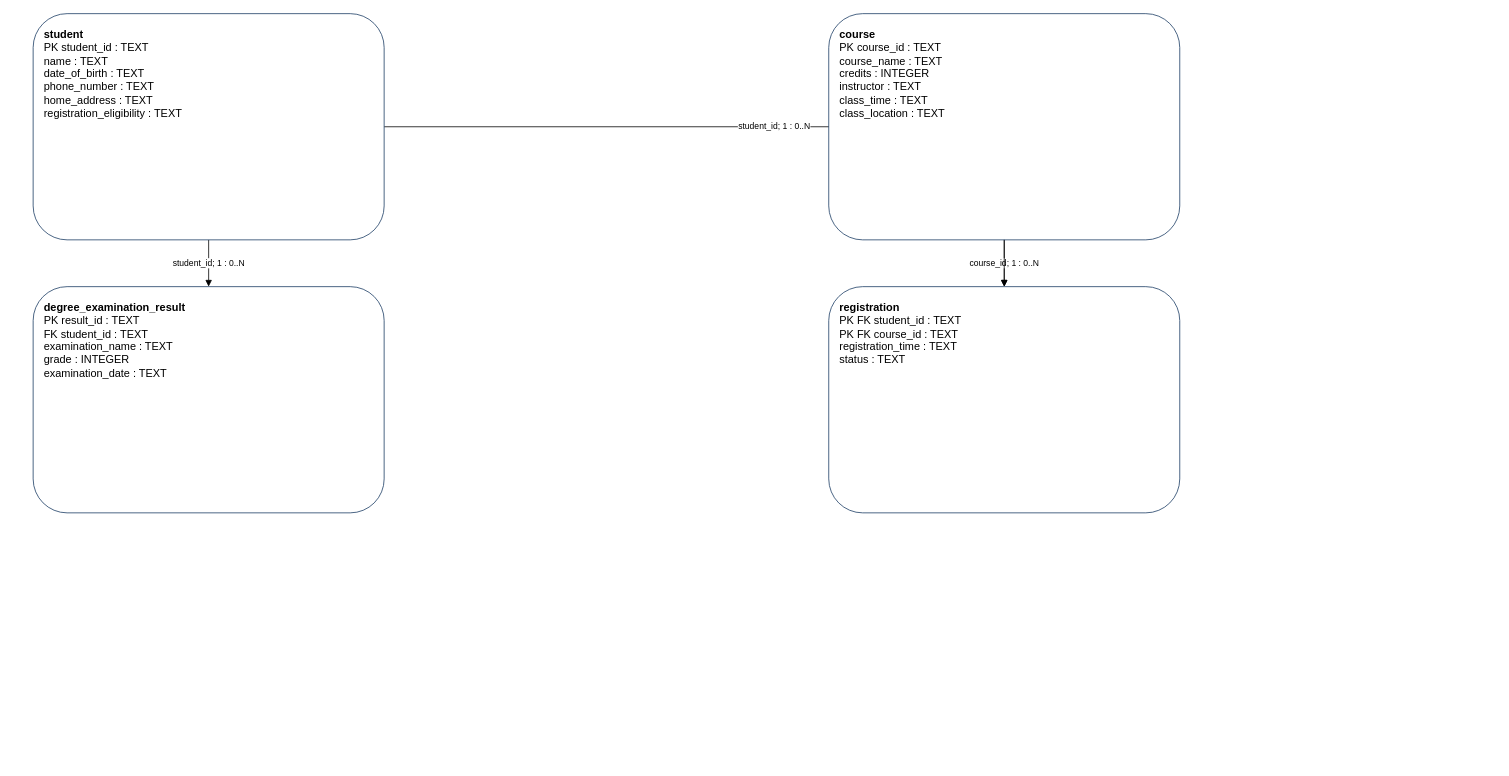
Before: datasets/universityflow/docs/schema.drawio in jiwonpark7913/NL2EVENTLOG, a draw.io diagram. Source tidied: cells renumbered, new cells numbered last; positions are measured from the earlier drawing's top-left corner, leaving out a move shared by most shapes. Both pictures are drawn from the tidied source at 78%, with x=0, y=0 at pixel (33, 13).
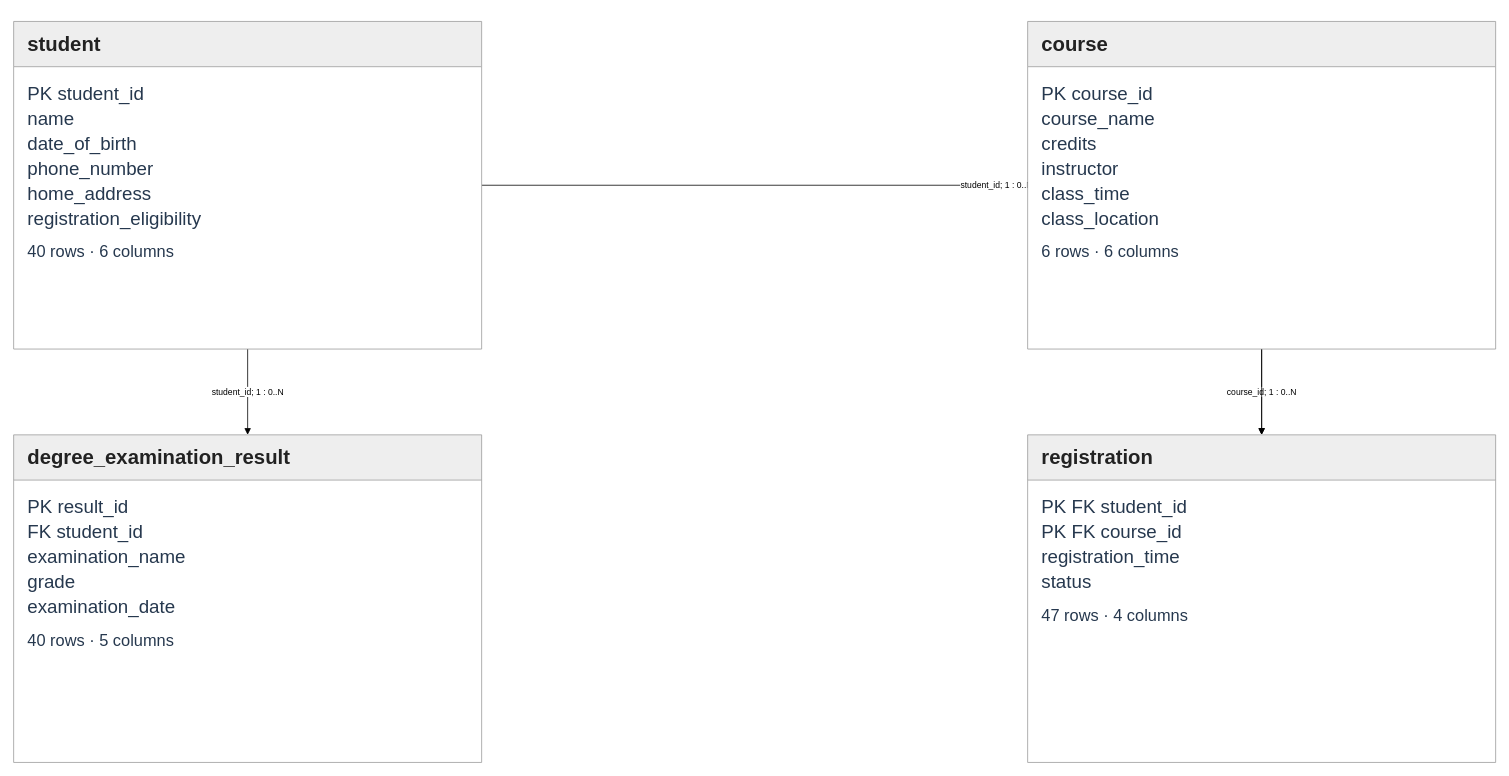
The same page after the edit.

The edit, as a diff of the source:
```diff
@@
 <mxGraphModel>
   <root>
     <mxCell id="0" />
     <mxCell id="1" parent="0" />
     <mxCell id="2" value="course_id; 1 : 0..N" style="edgeStyle=orthogonalEdgeStyle;rounded=0;endArrow=block;html=1;" parent="1" edge="1" source="6" target="7">
       <mxGeometry relative="1" as="geometry" />
     </mxCell>
     <mxCell id="3" value="student_id; 1 : 0..N" style="edgeStyle=orthogonalEdgeStyle;rounded=0;endArrow=block;html=1;" parent="1" edge="1" source="5" target="7">
       <mxGeometry relative="1" as="geometry" />
     </mxCell>
     <mxCell id="4" value="student_id; 1 : 0..N" style="edgeStyle=orthogonalEdgeStyle;rounded=0;endArrow=block;html=1;" parent="1" edge="1" source="5" target="8">
       <mxGeometry relative="1" as="geometry" />
     </mxCell>
-    <mxCell id="5" value="&lt;b&gt;student&lt;/b&gt;&lt;br&gt;PK student_id : TEXT&lt;br&gt;name : TEXT&lt;br&gt;date_of_birth : TEXT&lt;br&gt;phone_number : TEXT&lt;br&gt;home_address : TEXT&lt;br&gt;registration_eligibility : TEXT" style="rounded=1;whiteSpace=wrap;html=1;align=left;verticalAlign=top;spacing=14;fillColor=#ffffff;strokeColor=#193b63;fontSize=14;" parent="1" vertex="1">
-      <mxGeometry width="450" height="290" as="geometry" />
+    <mxCell id="5" value="student" style="shape=swimlane;startSize=58;rounded=0;whiteSpace=wrap;html=1;align=left;spacingLeft=16;fillColor=#eeeeee;swimlaneFillColor=#ffffff;strokeColor=#9a9a9a;fontColor=#222222;fontSize=26;fontStyle=1;" parent="1" vertex="1">
+      <mxGeometry x="-25" y="10" width="600" height="420" as="geometry" />
     </mxCell>
+    <mxCell id="9" value="&lt;div style=&quot;line-height:32px&quot;&gt;PK student_id&lt;/div&gt;&lt;div style=&quot;line-height:32px&quot;&gt;name&lt;/div&gt;&lt;div style=&quot;line-height:32px&quot;&gt;date_of_birth&lt;/div&gt;&lt;div style=&quot;line-height:32px&quot;&gt;phone_number&lt;/div&gt;&lt;div style=&quot;line-height:32px&quot;&gt;home_address&lt;/div&gt;&lt;div style=&quot;line-height:32px&quot;&gt;registration_eligibility&lt;/div&gt;&lt;div style=&quot;margin-top:14px;font-size:21px&quot;&gt;40 rows · 6 columns&lt;/div&gt;" style="text;rounded=0;whiteSpace=wrap;html=1;align=left;verticalAlign=top;spacingLeft=16;spacingTop=12;fontColor=#26384e;fontSize=24;fontStyle=0;fillColor=none;strokeColor=none;" parent="5" vertex="1">
+      <mxGeometry y="58" width="600" height="362" as="geometry" />
+    </mxCell>
-    <mxCell id="6" value="&lt;b&gt;course&lt;/b&gt;&lt;br&gt;PK course_id : TEXT&lt;br&gt;course_name : TEXT&lt;br&gt;credits : INTEGER&lt;br&gt;instructor : TEXT&lt;br&gt;class_time : TEXT&lt;br&gt;class_location : TEXT" style="rounded=1;whiteSpace=wrap;html=1;align=left;verticalAlign=top;spacing=14;fillColor=#ffffff;strokeColor=#193b63;fontSize=14;" parent="1" vertex="1">
-      <mxGeometry x="1020" width="450" height="290" as="geometry" />
+    <mxCell id="6" value="course" style="shape=swimlane;startSize=58;rounded=0;whiteSpace=wrap;html=1;align=left;spacingLeft=16;fillColor=#eeeeee;swimlaneFillColor=#ffffff;strokeColor=#9a9a9a;fontColor=#222222;fontSize=26;fontStyle=1;" parent="1" vertex="1">
+      <mxGeometry x="1275" y="10" width="600" height="420" as="geometry" />
     </mxCell>
+    <mxCell id="10" value="&lt;div style=&quot;line-height:32px&quot;&gt;PK course_id&lt;/div&gt;&lt;div style=&quot;line-height:32px&quot;&gt;course_name&lt;/div&gt;&lt;div style=&quot;line-height:32px&quot;&gt;credits&lt;/div&gt;&lt;div style=&quot;line-height:32px&quot;&gt;instructor&lt;/div&gt;&lt;div style=&quot;line-height:32px&quot;&gt;class_time&lt;/div&gt;&lt;div style=&quot;line-height:32px&quot;&gt;class_location&lt;/div&gt;&lt;div style=&quot;margin-top:14px;font-size:21px&quot;&gt;6 rows · 6 columns&lt;/div&gt;" style="text;rounded=0;whiteSpace=wrap;html=1;align=left;verticalAlign=top;spacingLeft=16;spacingTop=12;fontColor=#26384e;fontSize=24;fontStyle=0;fillColor=none;strokeColor=none;" parent="6" vertex="1">
+      <mxGeometry y="58" width="600" height="362" as="geometry" />
+    </mxCell>
-    <mxCell id="7" value="&lt;b&gt;registration&lt;/b&gt;&lt;br&gt;PK FK student_id : TEXT&lt;br&gt;PK FK course_id : TEXT&lt;br&gt;registration_time : TEXT&lt;br&gt;status : TEXT" style="rounded=1;whiteSpace=wrap;html=1;align=left;verticalAlign=top;spacing=14;fillColor=#ffffff;strokeColor=#193b63;fontSize=14;" parent="1" vertex="1">
-      <mxGeometry x="1020" y="350" width="450" height="290" as="geometry" />
+    <mxCell id="7" value="registration" style="shape=swimlane;startSize=58;rounded=0;whiteSpace=wrap;html=1;align=left;spacingLeft=16;fillColor=#eeeeee;swimlaneFillColor=#ffffff;strokeColor=#9a9a9a;fontColor=#222222;fontSize=26;fontStyle=1;" parent="1" vertex="1">
+      <mxGeometry x="1275" y="540" width="600" height="420" as="geometry" />
     </mxCell>
+    <mxCell id="11" value="&lt;div style=&quot;line-height:32px&quot;&gt;PK FK student_id&lt;/div&gt;&lt;div style=&quot;line-height:32px&quot;&gt;PK FK course_id&lt;/div&gt;&lt;div style=&quot;line-height:32px&quot;&gt;registration_time&lt;/div&gt;&lt;div style=&quot;line-height:32px&quot;&gt;status&lt;/div&gt;&lt;div style=&quot;margin-top:14px;font-size:21px&quot;&gt;47 rows · 4 columns&lt;/div&gt;" style="text;rounded=0;whiteSpace=wrap;html=1;align=left;verticalAlign=top;spacingLeft=16;spacingTop=12;fontColor=#26384e;fontSize=24;fontStyle=0;fillColor=none;strokeColor=none;" parent="7" vertex="1">
+      <mxGeometry y="58" width="600" height="362" as="geometry" />
+    </mxCell>
-    <mxCell id="8" value="&lt;b&gt;degree_examination_result&lt;/b&gt;&lt;br&gt;PK result_id : TEXT&lt;br&gt;FK student_id : TEXT&lt;br&gt;examination_name : TEXT&lt;br&gt;grade : INTEGER&lt;br&gt;examination_date : TEXT" style="rounded=1;whiteSpace=wrap;html=1;align=left;verticalAlign=top;spacing=14;fillColor=#ffffff;strokeColor=#193b63;fontSize=14;" parent="1" vertex="1">
-      <mxGeometry y="350" width="450" height="290" as="geometry" />
+    <mxCell id="8" value="degree_examination_result" style="shape=swimlane;startSize=58;rounded=0;whiteSpace=wrap;html=1;align=left;spacingLeft=16;fillColor=#eeeeee;swimlaneFillColor=#ffffff;strokeColor=#9a9a9a;fontColor=#222222;fontSize=26;fontStyle=1;" parent="1" vertex="1">
+      <mxGeometry x="-25" y="540" width="600" height="420" as="geometry" />
     </mxCell>
+    <mxCell id="12" value="&lt;div style=&quot;line-height:32px&quot;&gt;PK result_id&lt;/div&gt;&lt;div style=&quot;line-height:32px&quot;&gt;FK student_id&lt;/div&gt;&lt;div style=&quot;line-height:32px&quot;&gt;examination_name&lt;/div&gt;&lt;div style=&quot;line-height:32px&quot;&gt;grade&lt;/div&gt;&lt;div style=&quot;line-height:32px&quot;&gt;examination_date&lt;/div&gt;&lt;div style=&quot;margin-top:14px;font-size:21px&quot;&gt;40 rows · 5 columns&lt;/div&gt;" style="text;rounded=0;whiteSpace=wrap;html=1;align=left;verticalAlign=top;spacingLeft=16;spacingTop=12;fontColor=#26384e;fontSize=24;fontStyle=0;fillColor=none;strokeColor=none;" parent="8" vertex="1">
+      <mxGeometry y="58" width="600" height="362" as="geometry" />
+    </mxCell>
   </root>
 </mxGraphModel>
```
